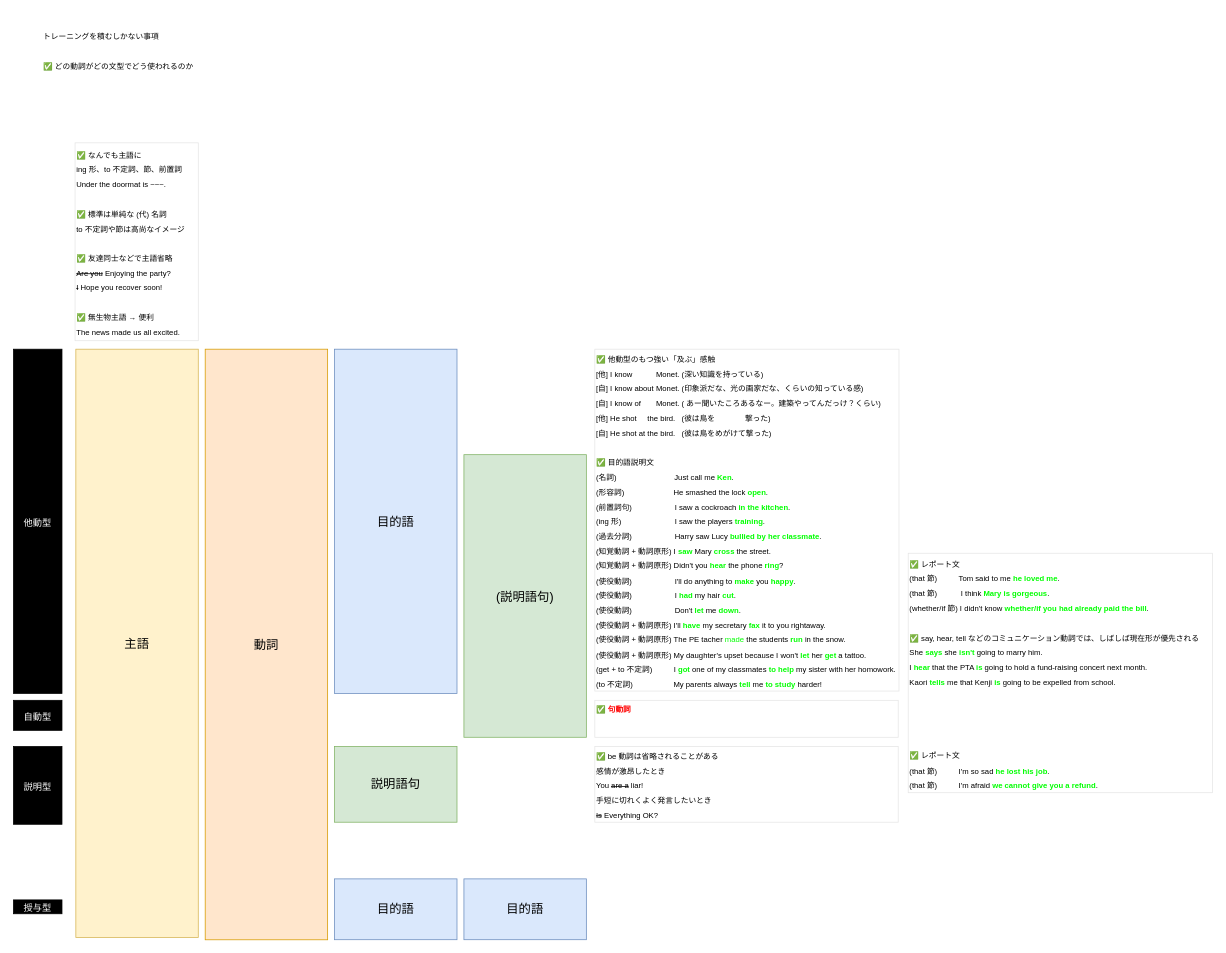
The draw.io diagram grammer/overview.drawio in namtoki/English, before the edit. Source tidied: cells renumbered, new cells numbered last; positions are measured from the earlier drawing's top-left corner, leaving out a move shared by most shapes. Both pictures are drawn from the tidied source at 77%, with x=0, y=0 at pixel (13, 13).
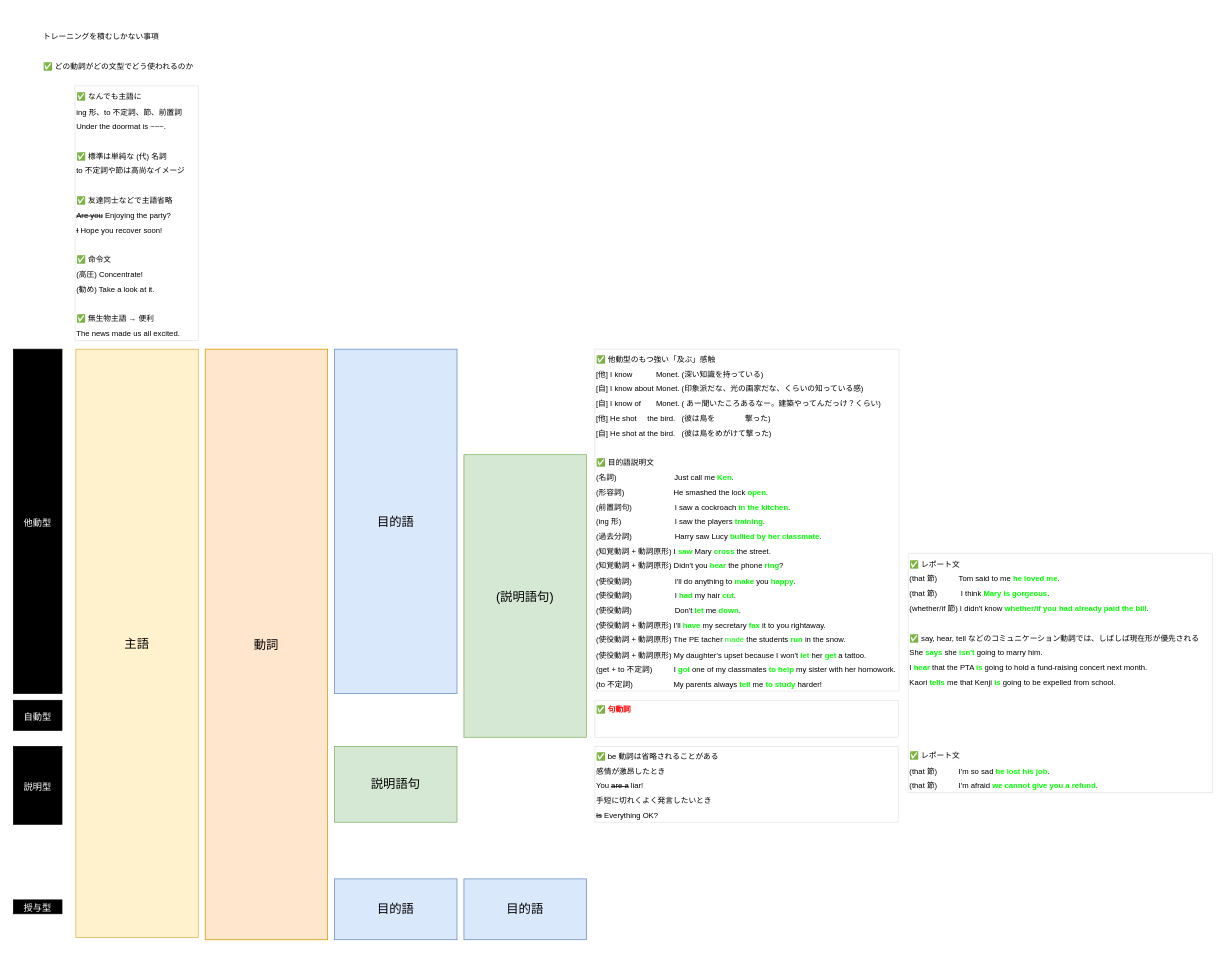
The same diagram, later.

The edit, as a diff of the source:
```diff
@@
 <mxGraphModel>
   <root>
     <mxCell id="0" />
     <mxCell id="1" parent="0" />
     <mxCell id="2" value="&lt;font style=&quot;font-size: 12px;&quot;&gt;他動型&lt;/font&gt;" style="rounded=0;whiteSpace=wrap;html=1;fontSize=16;verticalAlign=middle;fillColor=#000000;fontColor=#FFFFFF;" parent="1" vertex="1">
       <mxGeometry y="436" width="63" height="447" as="geometry" />
     </mxCell>
     <mxCell id="3" value="&lt;font style=&quot;font-size: 12px;&quot;&gt;自動型&lt;/font&gt;" style="rounded=0;whiteSpace=wrap;html=1;fontSize=16;verticalAlign=middle;fillColor=#000000;fontColor=#FFFFFF;" parent="1" vertex="1">
       <mxGeometry y="892" width="63" height="39" as="geometry" />
     </mxCell>
     <mxCell id="4" value="&lt;font style=&quot;font-size: 12px;&quot;&gt;説明型&lt;/font&gt;" style="rounded=0;whiteSpace=wrap;html=1;fontSize=16;verticalAlign=middle;fillColor=#000000;fontColor=#FFFFFF;" parent="1" vertex="1">
       <mxGeometry y="952" width="63" height="101" as="geometry" />
     </mxCell>
     <mxCell id="5" value="&lt;font style=&quot;font-size: 12px;&quot;&gt;授与型&lt;/font&gt;" style="rounded=0;whiteSpace=wrap;html=1;fontSize=16;verticalAlign=middle;fillColor=#000000;fontColor=#FFFFFF;" parent="1" vertex="1">
       <mxGeometry y="1151.2" width="63" height="18" as="geometry" />
     </mxCell>
-    <mxCell id="6" value="&lt;font style=&quot;font-size: 10px;&quot;&gt;✅ なんでも主語に&lt;br&gt;ing 形、to 不定詞、節、前置詞&lt;br&gt;Under the doormat is ~~~.&lt;br&gt;&lt;br&gt;✅ 標準は単純な (代) 名詞&lt;br&gt;to 不定詞や節は高尚なイメージ&lt;br&gt;&lt;br&gt;✅ 友達同士などで主語省略&lt;br&gt;&lt;strike&gt;Are you&lt;/strike&gt; Enjoying the party?&lt;br&gt;&lt;strike&gt;I&lt;/strike&gt; Hope you recover soon!&lt;br&gt;&lt;br&gt;✅ 無生物主語 → 便利&lt;br&gt;The news made us all excited.&lt;br&gt;&lt;/font&gt;" style="text;html=1;strokeColor=#E6E6E6;fillColor=none;align=left;verticalAlign=middle;whiteSpace=wrap;rounded=0;fontSize=16;" parent="1" vertex="1">
-      <mxGeometry x="80" y="168" width="160" height="257" as="geometry" />
+    <mxCell id="6" value="&lt;font style=&quot;font-size: 10px;&quot;&gt;✅ なんでも主語に&lt;br&gt;ing 形、to 不定詞、節、前置詞&lt;br&gt;Under the doormat is ~~~.&lt;br&gt;&lt;br&gt;✅ 標準は単純な (代) 名詞&lt;br&gt;to 不定詞や節は高尚なイメージ&lt;br&gt;&lt;br&gt;✅ 友達同士などで主語省略&lt;br&gt;&lt;strike&gt;Are you&lt;/strike&gt; Enjoying the party?&lt;br&gt;&lt;strike&gt;I&lt;/strike&gt; Hope you recover soon!&lt;br&gt;&lt;br&gt;✅ 命令文&lt;br&gt;(高圧) Concentrate!&lt;br&gt;(勧め) Take a look at it.&lt;br&gt;&lt;br&gt;✅ 無生物主語 → 便利&lt;br&gt;The news made us all excited.&lt;br&gt;&lt;/font&gt;" style="text;html=1;strokeColor=#E6E6E6;fillColor=none;align=left;verticalAlign=middle;whiteSpace=wrap;rounded=0;fontSize=16;" parent="1" vertex="1">
+      <mxGeometry x="80" y="94" width="160" height="331" as="geometry" />
     </mxCell>
     <mxCell id="7" value="主語" style="rounded=0;whiteSpace=wrap;html=1;fontSize=16;fillColor=#fff2cc;strokeColor=#d6b656;" parent="1" vertex="1">
       <mxGeometry x="81" y="436" width="159" height="764" as="geometry" />
     </mxCell>
     <mxCell id="8" value="✅ 句動詞&#10;" style="text;whiteSpace=wrap;fontSize=10;fontColor=#FF0000;fontStyle=1;strokeColor=#E6E6E6;" parent="1" vertex="1">
       <mxGeometry x="755" y="892" width="394" height="48" as="geometry" />
     </mxCell>
     <mxCell id="9" value="&lt;font style=&quot;font-size: 10px;&quot;&gt;✅ be 動詞は省略されることがある&lt;br style=&quot;border-color: var(--border-color); padding: 0px; margin: 0px;&quot;&gt;感情が激昂したとき&lt;br style=&quot;border-color: var(--border-color); padding: 0px; margin: 0px;&quot;&gt;You &lt;strike&gt;are a&lt;/strike&gt; liar!&lt;br style=&quot;border-color: var(--border-color); padding: 0px; margin: 0px;&quot;&gt;手短に切れくよく発言したいとき&lt;br style=&quot;border-color: var(--border-color); padding: 0px; margin: 0px;&quot;&gt;&lt;strike&gt;Is&lt;/strike&gt; Everything OK?&lt;br&gt;&lt;/font&gt;" style="text;html=1;strokeColor=#E6E6E6;fillColor=none;align=left;verticalAlign=middle;whiteSpace=wrap;rounded=0;fontSize=16;" parent="1" vertex="1">
       <mxGeometry x="755" y="952" width="394" height="98.3" as="geometry" />
     </mxCell>
     <mxCell id="10" value="&lt;font style=&quot;font-size: 10px;&quot;&gt;トレーニングを積むしかない事項&lt;br&gt;&lt;br&gt;✅ どの動詞がどの文型でどう使われるのか&lt;br&gt;&lt;/font&gt;" style="text;html=1;strokeColor=none;fillColor=none;align=left;verticalAlign=middle;whiteSpace=wrap;rounded=0;fontSize=16;" parent="1" vertex="1">
       <mxGeometry x="37" width="277" height="93" as="geometry" />
     </mxCell>
     <mxCell id="11" value="動詞" style="rounded=0;whiteSpace=wrap;html=1;fontSize=16;fillColor=#ffe6cc;strokeColor=#d79b00;" parent="1" vertex="1">
       <mxGeometry x="249" y="436" width="159" height="767" as="geometry" />
     </mxCell>
     <mxCell id="12" value="目的語" style="rounded=0;whiteSpace=wrap;html=1;fontSize=16;fillColor=#dae8fc;strokeColor=#6c8ebf;" parent="1" vertex="1">
       <mxGeometry x="417" y="436" width="159" height="447" as="geometry" />
     </mxCell>
     <mxCell id="13" value="説明語句" style="rounded=0;whiteSpace=wrap;html=1;fontSize=16;fillColor=#d5e8d4;strokeColor=#82b366;" parent="1" vertex="1">
       <mxGeometry x="417" y="952" width="159" height="98.3" as="geometry" />
     </mxCell>
     <mxCell id="14" value="目的語" style="rounded=0;whiteSpace=wrap;html=1;fontSize=16;fillColor=#dae8fc;strokeColor=#6c8ebf;" parent="1" vertex="1">
       <mxGeometry x="417" y="1123.9" width="159" height="79" as="geometry" />
     </mxCell>
     <mxCell id="15" value="目的語" style="rounded=0;whiteSpace=wrap;html=1;fontSize=16;fillColor=#dae8fc;strokeColor=#6c8ebf;" parent="1" vertex="1">
       <mxGeometry x="585" y="1123.9" width="159" height="79" as="geometry" />
     </mxCell>
     <mxCell id="16" value="(説明語句)" style="rounded=0;whiteSpace=wrap;html=1;fontSize=16;fillColor=#d5e8d4;strokeColor=#82b366;" parent="1" vertex="1">
       <mxGeometry x="585" y="573" width="159" height="367" as="geometry" />
     </mxCell>
     <mxCell id="17" value="&lt;font style=&quot;font-size: 10px;&quot;&gt;✅ 他動型のもつ強い「及ぶ」感触&lt;br style=&quot;border-color: var(--border-color); padding: 0px; margin: 0px;&quot;&gt;[他] I know&amp;nbsp; &amp;nbsp; &amp;nbsp; &amp;nbsp; &amp;nbsp; &amp;nbsp;Monet. (深い知識を持っている)&lt;br style=&quot;border-color: var(--border-color); padding: 0px; margin: 0px;&quot;&gt;[自] I know about Monet. (印象派だな、光の画家だな、くらいの知っている感)&lt;br style=&quot;border-color: var(--border-color); padding: 0px; margin: 0px;&quot;&gt;[自] I know of&amp;nbsp; &amp;nbsp; &amp;nbsp; &amp;nbsp;Monet. ( あー聞いたころあるなー。建築やってんだっけ？くらい)&lt;br style=&quot;border-color: var(--border-color); padding: 0px; margin: 0px;&quot;&gt;[他] He shot&amp;nbsp; &amp;nbsp; &amp;nbsp;the bird.&amp;nbsp; &amp;nbsp;(彼は鳥を&amp;nbsp; &amp;nbsp; &amp;nbsp; &amp;nbsp; &amp;nbsp; &amp;nbsp; &amp;nbsp; 撃った)&lt;br style=&quot;border-color: var(--border-color); padding: 0px; margin: 0px;&quot;&gt;[自] He shot at the bird.&amp;nbsp; &amp;nbsp;(彼は鳥をめがけて撃った)&lt;br style=&quot;border-color: var(--border-color); padding: 0px; margin: 0px;&quot;&gt;&lt;br style=&quot;border-color: var(--border-color); padding: 0px; margin: 0px;&quot;&gt;✅ 目的語説明文&lt;br style=&quot;border-color: var(--border-color); padding: 0px; margin: 0px;&quot;&gt;(名詞)&amp;nbsp; &amp;nbsp; &amp;nbsp; &amp;nbsp; &amp;nbsp; &amp;nbsp; &amp;nbsp; &amp;nbsp; &amp;nbsp; &amp;nbsp; &amp;nbsp; &amp;nbsp; &amp;nbsp; &amp;nbsp;Just call me &lt;b&gt;&lt;font color=&quot;#00ff00&quot;&gt;Ken&lt;/font&gt;&lt;/b&gt;.&lt;br style=&quot;border-color: var(--border-color); padding: 0px; margin: 0px;&quot;&gt;(形容詞)&amp;nbsp; &amp;nbsp; &amp;nbsp; &amp;nbsp; &amp;nbsp; &amp;nbsp; &amp;nbsp; &amp;nbsp; &amp;nbsp; &amp;nbsp; &amp;nbsp; &amp;nbsp;He smashed the lock &lt;b&gt;&lt;font color=&quot;#00ff00&quot;&gt;open&lt;/font&gt;&lt;/b&gt;.&lt;br style=&quot;border-color: var(--border-color); padding: 0px; margin: 0px;&quot;&gt;(前置詞句)&amp;nbsp; &amp;nbsp; &amp;nbsp; &amp;nbsp; &amp;nbsp; &amp;nbsp; &amp;nbsp; &amp;nbsp; &amp;nbsp; &amp;nbsp; I saw a cockroach&lt;font color=&quot;#00ff00&quot;&gt; &lt;b&gt;in the kitchen&lt;/b&gt;&lt;/font&gt;.&lt;br style=&quot;border-color: var(--border-color); padding: 0px; margin: 0px;&quot;&gt;(ing 形)&amp;nbsp; &amp;nbsp; &amp;nbsp; &amp;nbsp; &amp;nbsp; &amp;nbsp; &amp;nbsp; &amp;nbsp; &amp;nbsp; &amp;nbsp; &amp;nbsp; &amp;nbsp; &amp;nbsp;I saw the players &lt;b&gt;&lt;font color=&quot;#00ff00&quot;&gt;training&lt;/font&gt;&lt;/b&gt;.&lt;br style=&quot;border-color: var(--border-color); padding: 0px; margin: 0px;&quot;&gt;(過去分詞)&amp;nbsp; &amp;nbsp; &amp;nbsp; &amp;nbsp; &amp;nbsp; &amp;nbsp; &amp;nbsp; &amp;nbsp; &amp;nbsp; &amp;nbsp; Harry saw Lucy &lt;b&gt;&lt;font color=&quot;#00ff00&quot;&gt;bullied by her classmate&lt;/font&gt;&lt;/b&gt;.&lt;br style=&quot;border-color: var(--border-color); padding: 0px; margin: 0px;&quot;&gt;(知覚動詞 + 動詞原形) I &lt;b&gt;&lt;font color=&quot;#00ff00&quot;&gt;saw &lt;/font&gt;&lt;/b&gt;Mary &lt;b&gt;&lt;font color=&quot;#00ff00&quot;&gt;cross &lt;/font&gt;&lt;/b&gt;the street.&lt;br style=&quot;border-color: var(--border-color); padding: 0px; margin: 0px;&quot;&gt;(知覚動詞 + 動詞原形) Didn't you &lt;b&gt;&lt;font color=&quot;#00ff00&quot;&gt;hear &lt;/font&gt;&lt;/b&gt;the phone &lt;b&gt;&lt;font color=&quot;#00ff00&quot;&gt;ring&lt;/font&gt;&lt;/b&gt;?&lt;br style=&quot;border-color: var(--border-color); padding: 0px; margin: 0px;&quot;&gt;(使役動詞)&amp;nbsp; &amp;nbsp; &amp;nbsp; &amp;nbsp; &amp;nbsp; &amp;nbsp; &amp;nbsp; &amp;nbsp; &amp;nbsp; &amp;nbsp; I'll do anything to &lt;b&gt;&lt;font color=&quot;#00ff00&quot;&gt;make &lt;/font&gt;&lt;/b&gt;you &lt;b&gt;&lt;font color=&quot;#00ff00&quot;&gt;happy&lt;/font&gt;&lt;/b&gt;.&lt;br style=&quot;border-color: var(--border-color); padding: 0px; margin: 0px;&quot;&gt;(使役動詞)&amp;nbsp; &amp;nbsp; &amp;nbsp; &amp;nbsp; &amp;nbsp; &amp;nbsp; &amp;nbsp; &amp;nbsp; &amp;nbsp; &amp;nbsp; I &lt;b&gt;&lt;font color=&quot;#00ff00&quot;&gt;had &lt;/font&gt;&lt;/b&gt;my hair &lt;b&gt;&lt;font color=&quot;#00ff00&quot;&gt;cut&lt;/font&gt;&lt;/b&gt;.&amp;nbsp;&lt;br&gt;(使役動詞)&amp;nbsp; &amp;nbsp; &amp;nbsp; &amp;nbsp; &amp;nbsp; &amp;nbsp; &amp;nbsp; &amp;nbsp; &amp;nbsp; &amp;nbsp; Don't &lt;b&gt;&lt;font color=&quot;#00ff00&quot;&gt;let&lt;/font&gt;&lt;/b&gt; me &lt;font color=&quot;#00ff00&quot;&gt;&lt;b&gt;down&lt;/b&gt;&lt;/font&gt;.&lt;br&gt;(使役動詞 + 動詞原形) I'll &lt;font color=&quot;#00ff00&quot;&gt;&lt;b&gt;have&lt;/b&gt;&lt;/font&gt; my secretary &lt;b&gt;&lt;font color=&quot;#00ff00&quot;&gt;fax &lt;/font&gt;&lt;/b&gt;it to you rightaway.&lt;br&gt;(使役動詞 + 動詞原形) The PE tacher &lt;font color=&quot;#00ff00&quot;&gt;made &lt;/font&gt;the students &lt;b&gt;&lt;font color=&quot;#00ff00&quot;&gt;run &lt;/font&gt;&lt;/b&gt;in the snow.&lt;br&gt;(使役動詞 + 動詞原形) My daughter's upset because I won't &lt;b&gt;&lt;font color=&quot;#00ff00&quot;&gt;let &lt;/font&gt;&lt;/b&gt;her &lt;b&gt;&lt;font color=&quot;#00ff00&quot;&gt;get &lt;/font&gt;&lt;/b&gt;a tattoo.&lt;br&gt;(get + to 不定詞)&amp;nbsp; &amp;nbsp; &amp;nbsp; &amp;nbsp; &amp;nbsp; I &lt;b&gt;&lt;font color=&quot;#00ff00&quot;&gt;got &lt;/font&gt;&lt;/b&gt;one of my classmates&lt;b&gt;&lt;font color=&quot;#00ff00&quot;&gt; to help&lt;/font&gt;&lt;/b&gt; my sister with her homowork.&lt;br&gt;(to 不定詞)&amp;nbsp; &amp;nbsp; &amp;nbsp; &amp;nbsp; &amp;nbsp; &amp;nbsp; &amp;nbsp; &amp;nbsp; &amp;nbsp; &amp;nbsp;My parents always &lt;b&gt;&lt;font color=&quot;#00ff00&quot;&gt;tell&lt;/font&gt;&lt;/b&gt; me &lt;font color=&quot;#00ff00&quot;&gt;&lt;b&gt;to study&lt;/b&gt;&lt;/font&gt; harder!&lt;br style=&quot;border-color: var(--border-color);&quot;&gt;&lt;/font&gt;" style="text;html=1;strokeColor=#E6E6E6;fillColor=none;align=left;verticalAlign=middle;whiteSpace=wrap;rounded=0;fontSize=16;" parent="1" vertex="1">
       <mxGeometry x="755" y="436" width="395" height="444" as="geometry" />
     </mxCell>
     <mxCell id="18" value="&lt;font style=&quot;font-size: 10px;&quot;&gt;✅ レポート文&lt;br&gt;(that 節)&amp;nbsp; &amp;nbsp; &amp;nbsp; &amp;nbsp; &amp;nbsp; Tom said to me &lt;b&gt;&lt;font color=&quot;#00ff00&quot;&gt;he loved me&lt;/font&gt;&lt;/b&gt;.&lt;br&gt;(that 節)&amp;nbsp; &amp;nbsp; &amp;nbsp; &amp;nbsp; &amp;nbsp; &amp;nbsp;I think &lt;b&gt;&lt;font color=&quot;#00ff00&quot;&gt;Mary is gorgeous&lt;/font&gt;&lt;/b&gt;.&lt;br&gt;(whether/if 節) I didn't know &lt;b&gt;&lt;font color=&quot;#00ff00&quot;&gt;whether/if you had already paid the bill&lt;/font&gt;&lt;/b&gt;.&lt;br&gt;&lt;br&gt;✅ say, hear, tell などのコミュニケーション動詞では、しばしば現在形が優先される&lt;br&gt;She &lt;b&gt;&lt;font color=&quot;#00ff00&quot;&gt;says &lt;/font&gt;&lt;/b&gt;she &lt;b&gt;&lt;font color=&quot;#00ff00&quot;&gt;isn't &lt;/font&gt;&lt;/b&gt;going to marry him.&lt;br&gt;I &lt;b&gt;&lt;font color=&quot;#00ff00&quot;&gt;hear&lt;/font&gt;&lt;/b&gt; that the PTA &lt;b&gt;&lt;font color=&quot;#00ff00&quot;&gt;is &lt;/font&gt;&lt;/b&gt;going to hold a fund-raising concert next month.&lt;br&gt;Kaori &lt;b&gt;&lt;font color=&quot;#00ff00&quot;&gt;tells &lt;/font&gt;&lt;/b&gt;me that Kenji &lt;b&gt;&lt;font color=&quot;#00ff00&quot;&gt;is &lt;/font&gt;&lt;/b&gt;going to be expelled from school.&lt;br&gt;&lt;br&gt;&lt;br&gt;&lt;br&gt;&lt;br style=&quot;border-color: var(--border-color);&quot;&gt;✅ レポート文&lt;br style=&quot;border-color: var(--border-color);&quot;&gt;(that 節)&amp;nbsp; &amp;nbsp; &amp;nbsp; &amp;nbsp; &amp;nbsp; I'm so sad &lt;b&gt;&lt;font color=&quot;#00ff00&quot;&gt;he lost his job&lt;/font&gt;&lt;/b&gt;.&lt;br&gt;(that 節)&amp;nbsp; &amp;nbsp; &amp;nbsp; &amp;nbsp; &amp;nbsp; I'm afraid &lt;b&gt;&lt;font color=&quot;#00ff00&quot;&gt;we cannot give you a refund&lt;/font&gt;&lt;/b&gt;.&lt;br style=&quot;border-color: var(--border-color);&quot;&gt;&lt;/font&gt;" style="text;html=1;strokeColor=#E6E6E6;fillColor=none;align=left;verticalAlign=middle;whiteSpace=wrap;rounded=0;fontSize=16;" parent="1" vertex="1">
       <mxGeometry x="1162" y="701" width="395" height="311" as="geometry" />
     </mxCell>
   </root>
 </mxGraphModel>
```
